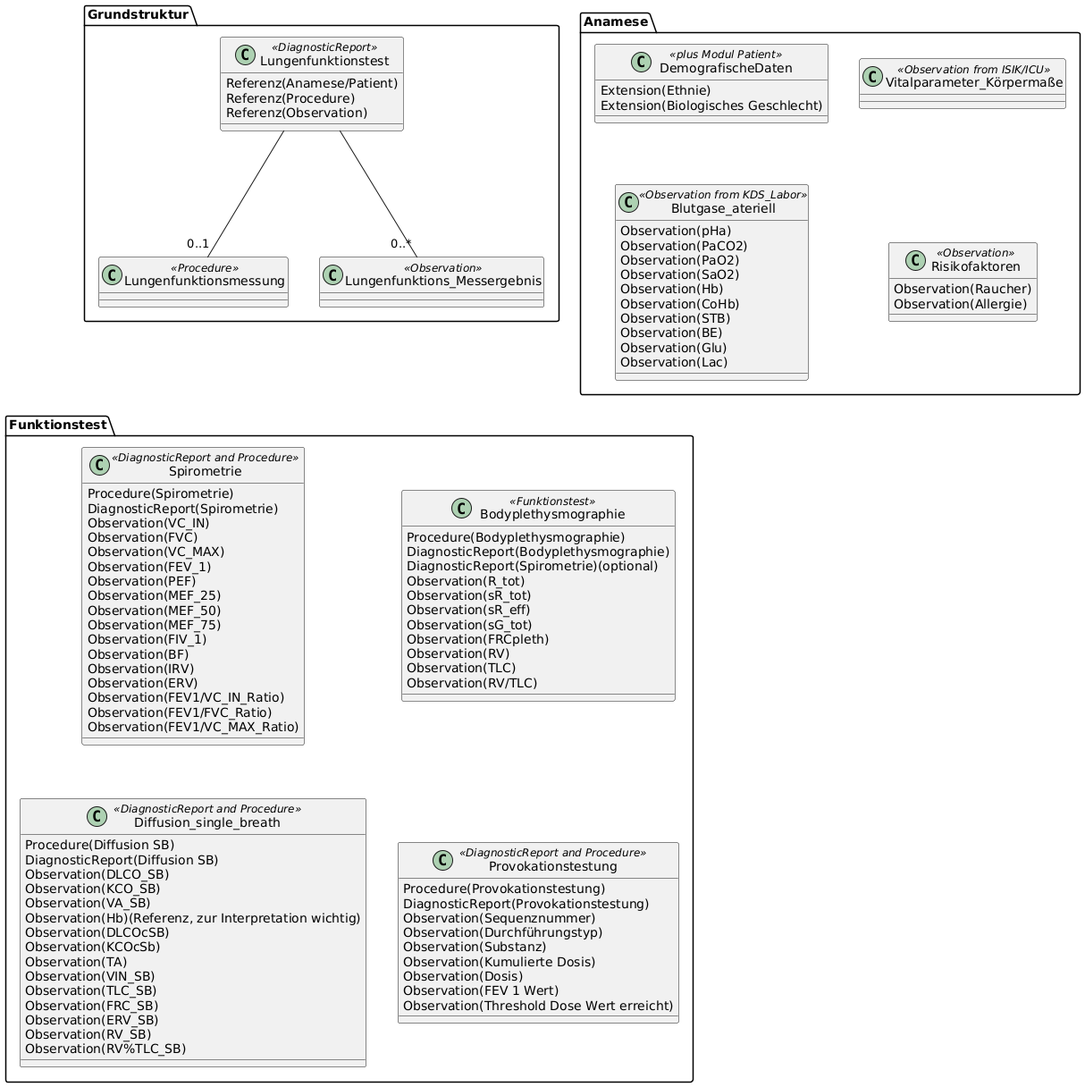
Earlier version of the PlantUML export UML/UML KDS Lufo.png (medizininformatik-initiative/kerndatensatz-lungenfunktion). Its diagram source:
```plantuml
@startuml
package "Grundstruktur"{
    class Lungenfunktionstest <<DiagnosticReport>>{
        {field} Referenz(Anamese/Patient)
        {field} Referenz(Procedure)
        {field} Referenz(Observation)
    }
    class Lungenfunktionsmessung <<Procedure>>
    class Lungenfunktions_Messergebnis <<Observation>>
}
package "Funktionstest" {
    class Bodyplethysmographie <<Funktionstest>>{
        {field} Procedure(Bodyplethysmographie)
        {field} DiagnosticReport(Bodyplethysmographie)
        {field} DiagnosticReport(Spirometrie)(optional)
        {field} Observation(R_tot)
        {field} Observation(sR_tot)
        {field} Observation(sR_eff)
        {field} Observation(sG_tot)
        {field} Observation(FRCpleth)
        {field} Observation(RV)
        {field} Observation(TLC)
        {field} Observation(RV/TLC)
    }
    class Spirometrie <<DiagnosticReport and Procedure>>{
        {field} Procedure(Spirometrie)
        {field} DiagnosticReport(Spirometrie)
        {field} Observation(VC_IN)
        {field} Observation(FVC)
        {field} Observation(VC_MAX)
        {field} Observation(FEV_1)
        {field} Observation(PEF)
        {field} Observation(MEF_25)
        {field} Observation(MEF_50)
        {field} Observation(MEF_75)
        {field} Observation(FIV_1)
        {field} Observation(BF)
        {field} Observation(IRV)
        {field} Observation(ERV)
        {field} Observation(FEV1/VC_IN_Ratio)
        {field} Observation(FEV1/FVC_Ratio)
        {field} Observation(FEV1/VC_MAX_Ratio)
    }
    class Diffusion_single_breath <<DiagnosticReport and Procedure>> {
        {field} Procedure(Diffusion SB)
        {field} DiagnosticReport(Diffusion SB)
        {field} Observation(DLCO_SB)
        {field} Observation(KCO_SB)
        {field} Observation(VA_SB)
        {field} Observation(Hb)(Referenz, zur Interpretation wichtig)
        {field} Observation(DLCOcSB)
        {field} Observation(KCOcSb)
        {field} Observation(TA)
        {field} Observation(VIN_SB)
        {field} Observation(TLC_SB)
        {field} Observation(FRC_SB)
        {field} Observation(ERV_SB)
        {field} Observation(RV_SB)
        {field} Observation(RV%TLC_SB)
    }
    class Provokationstestung <<DiagnosticReport and Procedure>> {
        {field} Procedure(Provokationstestung)
        {field} DiagnosticReport(Provokationstestung)
        {field} Observation(Sequenznummer)
        {field} Observation(Durchführungstyp)
        {field} Observation(Substanz)
        {field} Observation(Kumulierte Dosis)
        {field} Observation(Dosis)
        {field} Observation(FEV 1 Wert)
        {field} Observation(Threshold Dose Wert erreicht)
    }
}

package "Anamese"{
    class Vitalparameter_Körpermaße <<Observation from ISIK/ICU>>

    class DemografischeDaten <<plus Modul Patient>> {
        {field} Extension(Ethnie)
        {field} Extension(Biologisches Geschlecht)
    }

    class Risikofaktoren <<Observation>> {
        {field} Observation(Raucher)
        {field} Observation(Allergie)
    }
    class Blutgase_ateriell <<Observation from KDS_Labor>> {
        {field} Observation(pHa)
        {field} Observation(PaCO2)
        {field} Observation(PaO2)
        {field} Observation(SaO2)
        {field} Observation(Hb)
        {field} Observation(CoHb)
        {field} Observation(STB)
        {field} Observation(BE)
        {field} Observation(Glu)
        {field} Observation(Lac)
    }
}

Lungenfunktionstest -- "0..1" Lungenfunktionsmessung
Lungenfunktionstest -- "0..*" Lungenfunktions_Messergebnis
Vitalparameter_Körpermaße -[hidden]d- Risikofaktoren
DemografischeDaten -[hidden]d- Blutgase_ateriell
Spirometrie -[hidden]d- Diffusion_single_breath
Bodyplethysmographie -[hidden]d- Provokationstestung
Lungenfunktionsmessung -[hidden]d- Spirometrie
@enduml
```
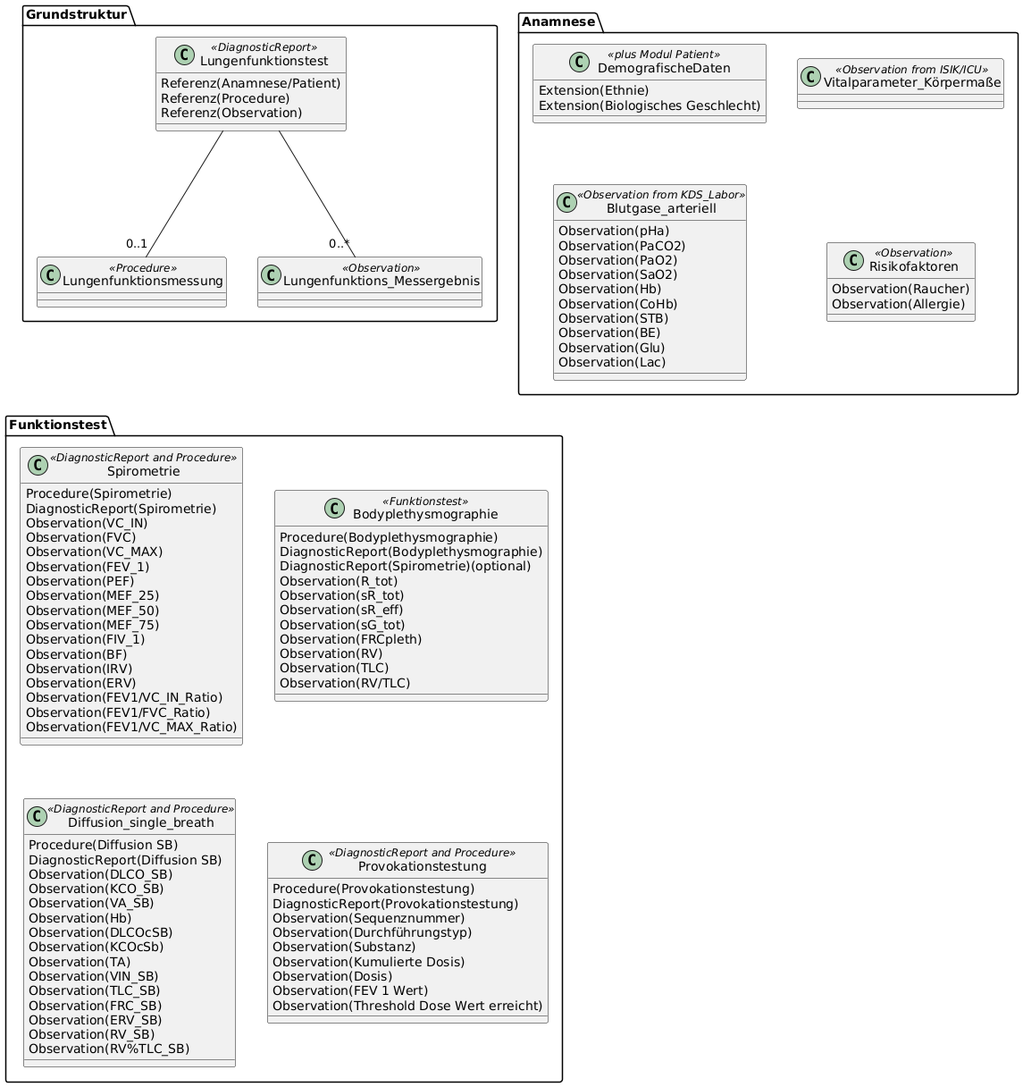
After the change.

Change to the diagram source:
```diff
@@ -1,7 +1,7 @@
 @startuml
 package "Grundstruktur"{
     class Lungenfunktionstest <<DiagnosticReport>>{
-        {field} Referenz(Anamese/Patient)
+        {field} Referenz(Anamnese/Patient)
         {field} Referenz(Procedure)
         {field} Referenz(Observation)
     }
@@ -47,7 +47,7 @@
         {field} Observation(DLCO_SB)
         {field} Observation(KCO_SB)
         {field} Observation(VA_SB)
-        {field} Observation(Hb)(Referenz, zur Interpretation wichtig)
+        {field} Observation(Hb)
         {field} Observation(DLCOcSB)
         {field} Observation(KCOcSb)
         {field} Observation(TA)
@@ -71,7 +71,7 @@
     }
 }
 
-package "Anamese"{
+package "Anamnese"{
     class Vitalparameter_Körpermaße <<Observation from ISIK/ICU>>
 
     class DemografischeDaten <<plus Modul Patient>> {
@@ -83,7 +83,7 @@
         {field} Observation(Raucher)
         {field} Observation(Allergie)
     }
-    class Blutgase_ateriell <<Observation from KDS_Labor>> {
+    class Blutgase_arteriell <<Observation from KDS_Labor>> {
         {field} Observation(pHa)
         {field} Observation(PaCO2)
         {field} Observation(PaO2)
@@ -100,7 +100,7 @@
 Lungenfunktionstest -- "0..1" Lungenfunktionsmessung
 Lungenfunktionstest -- "0..*" Lungenfunktions_Messergebnis
 Vitalparameter_Körpermaße -[hidden]d- Risikofaktoren
-DemografischeDaten -[hidden]d- Blutgase_ateriell
+DemografischeDaten -[hidden]d- Blutgase_arteriell
 Spirometrie -[hidden]d- Diffusion_single_breath
 Bodyplethysmographie -[hidden]d- Provokationstestung
 Lungenfunktionsmessung -[hidden]d- Spirometrie
```
